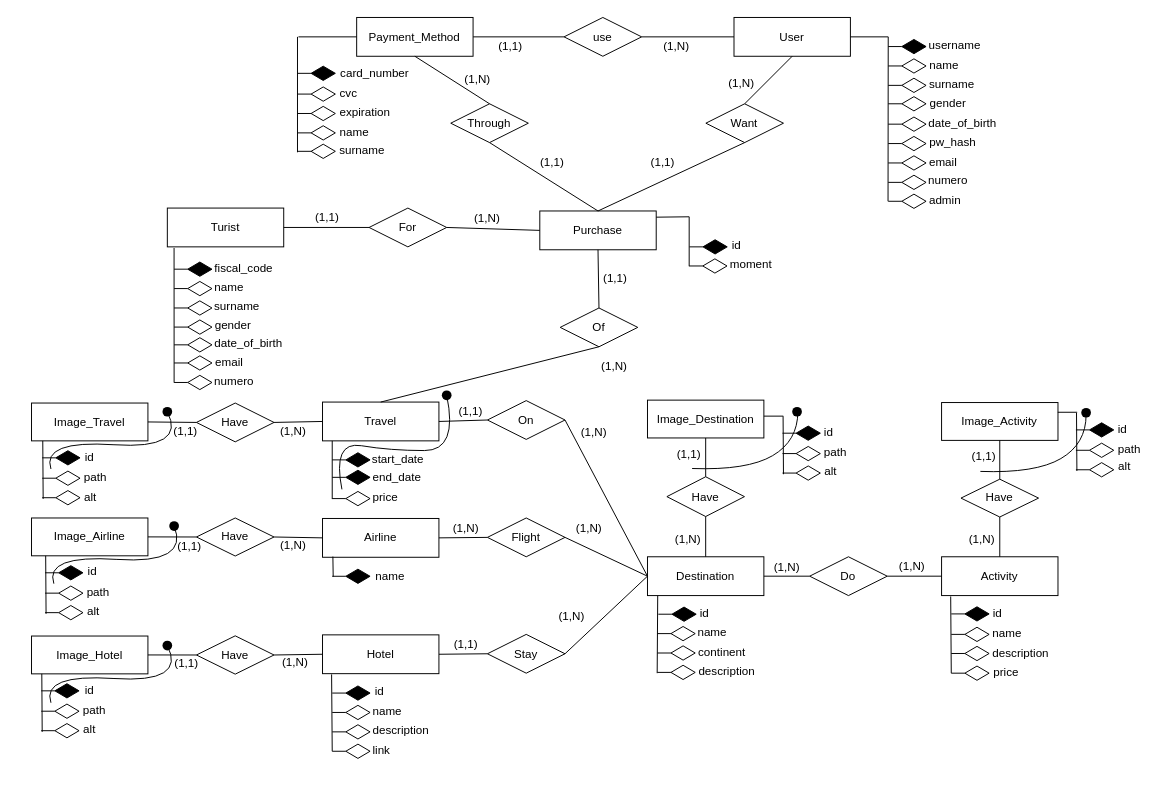
The draw.io diagram database/diagramma.drawio in tech-web-unipd/sito-viaggi, before the edit. Source tidied: cells renumbered, new cells numbered last; positions are measured from the earlier drawing's top-left corner, leaving out a move shared by most shapes. Both pictures are drawn from the tidied source at 97%, with x=0, y=0 at pixel (31, 17).
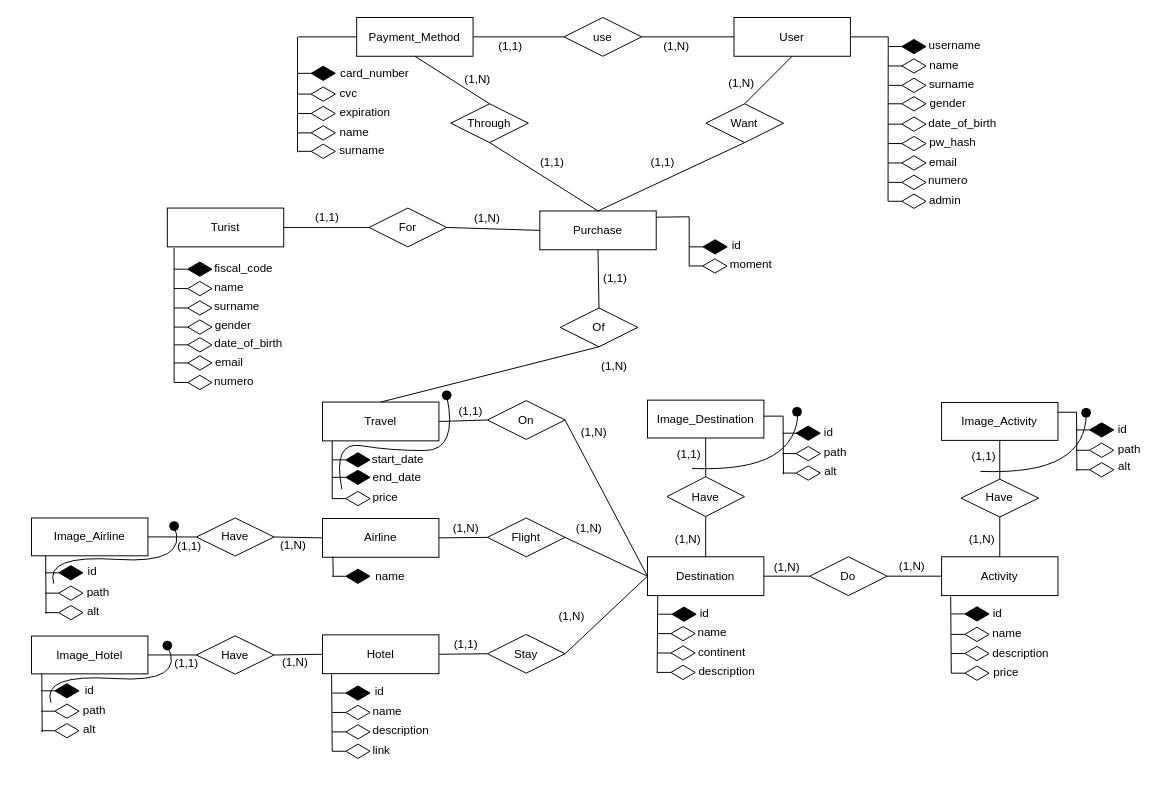
The same page after the edit.

Commit message (it also covers changes not shown here):
Aggiornamento database

Unchanged cells that the change refers to:
```xml
<mxCell id="21" value="Travel" style="rounded=0;whiteSpace=wrap;html=1;" parent="1" vertex="1">
  <mxGeometry x="300" y="396" width="120" height="40" as="geometry" />
</mxCell>
```

The edit, as a diff of the source:
```diff
@@
-    <mxCell id="62" value="Image_Travel" style="rounded=0;whiteSpace=wrap;html=1;" parent="1" vertex="1">
-      <mxGeometry y="397" width="120" height="39" as="geometry" />
-    </mxCell>
-    <mxCell id="63" value="Have" style="rhombus;whiteSpace=wrap;html=1;" parent="1" vertex="1">
-      <mxGeometry x="170" y="397" width="80" height="40" as="geometry" />
-    </mxCell>
@@
-    <mxCell id="72" style="endArrow=none;html=1;rounded=0;entryX=0;entryY=0.5;entryDx=0;entryDy=0;exitX=1;exitY=0.5;exitDx=0;exitDy=0;" parent="1" edge="1" source="63" target="21">
-      <mxGeometry relative="1" as="geometry" />
-    </mxCell>
-    <mxCell id="73" style="endArrow=none;html=1;rounded=0;entryX=0;entryY=0.5;entryDx=0;entryDy=0;exitX=1;exitY=0.5;exitDx=0;exitDy=0;" parent="1" edge="1" source="62" target="63">
-      <mxGeometry relative="1" as="geometry" />
-    </mxCell>
@@
-    <mxCell id="93" style="curved=1;endArrow=none;html=1;rounded=0;startArrow=none;" parent="1" edge="1" source="108">
-      <mxGeometry relative="1" as="geometry">
-        <mxPoint x="140" y="406" as="targetPoint" />
-      </mxGeometry>
-    </mxCell>
@@
-    <mxCell id="101" style="endArrow=none;html=1;rounded=0;entryX=0.105;entryY=1.05;entryDx=0;entryDy=0;entryPerimeter=0;" parent="1" edge="1">
-      <mxGeometry relative="1" as="geometry">
-        <mxPoint x="12" y="495.8" as="sourcePoint" />
-        <mxPoint x="11.6" y="436" as="targetPoint" />
-      </mxGeometry>
-    </mxCell>
-    <mxCell id="102" style="endArrow=diamondThin;endFill=1;endSize=24;html=1;rounded=0;" parent="1" edge="1">
-      <mxGeometry relative="1" as="geometry">
-        <mxPoint x="11" y="453.5" as="sourcePoint" />
-        <mxPoint x="51" y="453.5" as="targetPoint" />
-      </mxGeometry>
-    </mxCell>
-    <mxCell id="103" style="endArrow=diamondThin;endFill=0;endSize=24;html=1;rounded=0;" parent="1" edge="1">
-      <mxGeometry relative="1" as="geometry">
-        <mxPoint x="11" y="474.5" as="sourcePoint" />
-        <mxPoint x="51" y="474.5" as="targetPoint" />
-      </mxGeometry>
-    </mxCell>
-    <mxCell id="104" style="endArrow=diamondThin;endFill=0;endSize=24;html=1;rounded=0;" parent="1" edge="1">
-      <mxGeometry relative="1" as="geometry">
-        <mxPoint x="11" y="494.6" as="sourcePoint" />
-        <mxPoint x="51" y="494.6" as="targetPoint" />
-      </mxGeometry>
-    </mxCell>
-    <mxCell id="105" value="id" style="text;html=1;strokeColor=none;fillColor=none;align=center;verticalAlign=middle;whiteSpace=wrap;rounded=0;" parent="1" vertex="1">
-      <mxGeometry x="30" y="442.8" width="60" height="20" as="geometry" />
-    </mxCell>
-    <mxCell id="106" value="path" style="text;html=1;strokeColor=none;fillColor=none;align=center;verticalAlign=middle;whiteSpace=wrap;rounded=0;" parent="1" vertex="1">
-      <mxGeometry x="36" y="463.8" width="60" height="20" as="geometry" />
-    </mxCell>
-    <mxCell id="107" value="alt" style="text;html=1;strokeColor=none;fillColor=none;align=center;verticalAlign=middle;whiteSpace=wrap;rounded=0;" parent="1" vertex="1">
-      <mxGeometry x="31" y="483.8" width="60" height="20" as="geometry" />
-    </mxCell>
-    <mxCell id="108" style="shape=waypoint;sketch=0;fillStyle=solid;size=10;points=[];fillColor=none;perimeter=centerPerimeter;snapToPoint=1;" parent="1" vertex="1">
-      <mxGeometry x="120" y="386" width="40" height="40" as="geometry" />
-    </mxCell>
-    <mxCell id="109" style="curved=1;endArrow=none;html=1;rounded=0;entryX=0.414;entryY=-0.05;entryDx=0;entryDy=0;entryPerimeter=0;" parent="1" edge="1" target="108">
-      <mxGeometry relative="1" as="geometry">
-        <mxPoint x="20" y="465" as="sourcePoint" />
-        <Array as="points">
-          <mxPoint x="10" y="435" />
-          <mxPoint x="160" y="445" />
-        </Array>
-      </mxGeometry>
-    </mxCell>
@@
-    <mxCell id="133" value="(1,1)" style="text;html=1;strokeColor=none;fillColor=none;align=center;verticalAlign=middle;whiteSpace=wrap;rounded=0;" parent="1" vertex="1">
-      <mxGeometry x="129" y="415.5" width="60" height="20" as="geometry" />
-    </mxCell>
@@
-    <mxCell id="136" value="(1,N)" style="text;html=1;strokeColor=none;fillColor=none;align=center;verticalAlign=middle;whiteSpace=wrap;rounded=0;" parent="1" vertex="1">
-      <mxGeometry x="240" y="415.5" width="60" height="20" as="geometry" />
-    </mxCell>
```
